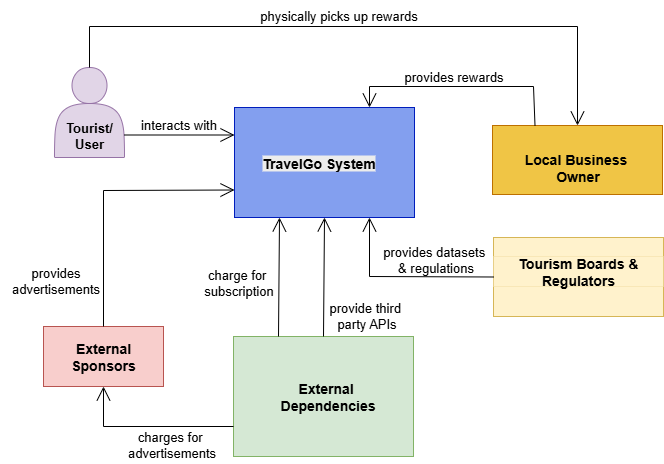
The draw.io diagram report/ContextDiagram.png in riyagupta0701/TravelGo-Software-Architecture, before a commit. Source tidied: cells renumbered, new cells last; positions are measured from the earlier drawing's top-left corner, leaving out a move shared by most shapes.
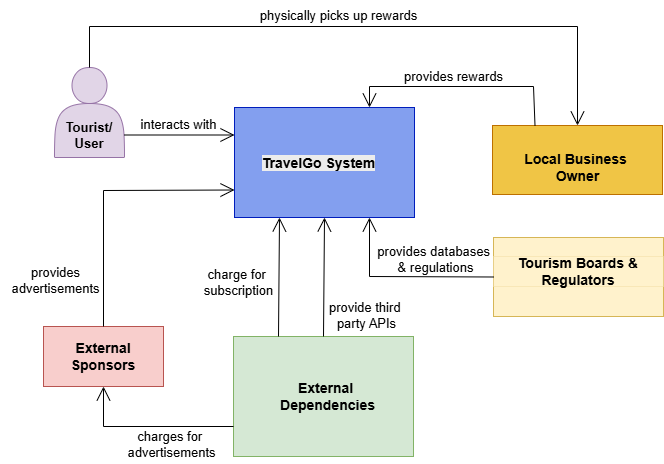
After the change.

What changed in the source:
```diff
@@ -74,8 +74,8 @@
         </Array>
       </mxGeometry>
     </mxCell>
-    <mxCell id="22" value="&lt;font style=&quot;font-size: 13px;&quot;&gt;provides datasets&amp;nbsp;&lt;/font&gt;&lt;div&gt;&lt;font style=&quot;font-size: 13px;&quot;&gt;&amp;amp; regulations&lt;/font&gt;&lt;/div&gt;" style="text;html=1;align=center;verticalAlign=middle;strokeColor=none;fillColor=none;" parent="1" vertex="1">
-      <mxGeometry x="370" y="239" width="130" height="40" as="geometry" />
+    <mxCell id="22" value="&lt;font style=&quot;font-size: 13px;&quot;&gt;provides databases&amp;nbsp;&lt;/font&gt;&lt;div&gt;&lt;font style=&quot;font-size: 13px;&quot;&gt;&amp;amp; regulations&lt;/font&gt;&lt;/div&gt;" style="text;html=1;align=center;verticalAlign=middle;strokeColor=none;fillColor=none;" parent="1" vertex="1">
+      <mxGeometry x="365" y="239" width="140" height="40" as="geometry" />
     </mxCell>
     <mxCell id="23" style="endArrow=open;endFill=1;endSize=12;html=1;rounded=0;exitX=0.25;exitY=0;exitDx=0;exitDy=0;entryX=0.75;entryY=0;entryDx=0;entryDy=0;" parent="1" edge="1" source="9" target="4">
       <mxGeometry relative="1" as="geometry">
```
